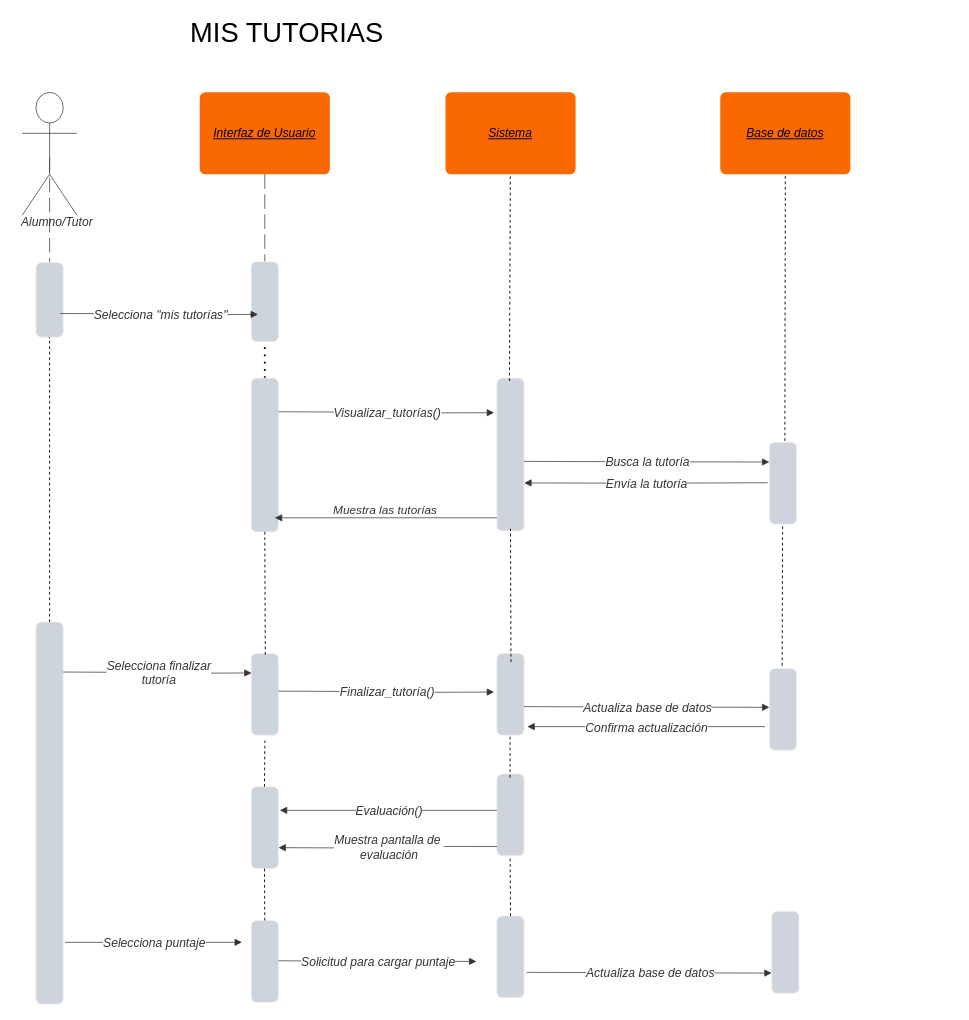
Above: page "mis_tutorias" (7 of 12) of diagrama_secuencia.drawio in TP-SE1/TP_SOS-UC (draw.io), before the change. Source tidied: cells renumbered, new cells numbered last; positions are measured from the earlier drawing's top-left corner, leaving out a move shared by most shapes. Both pictures are drawn from the tidied source at 91%, with x=0, y=0 at pixel (22, 18).
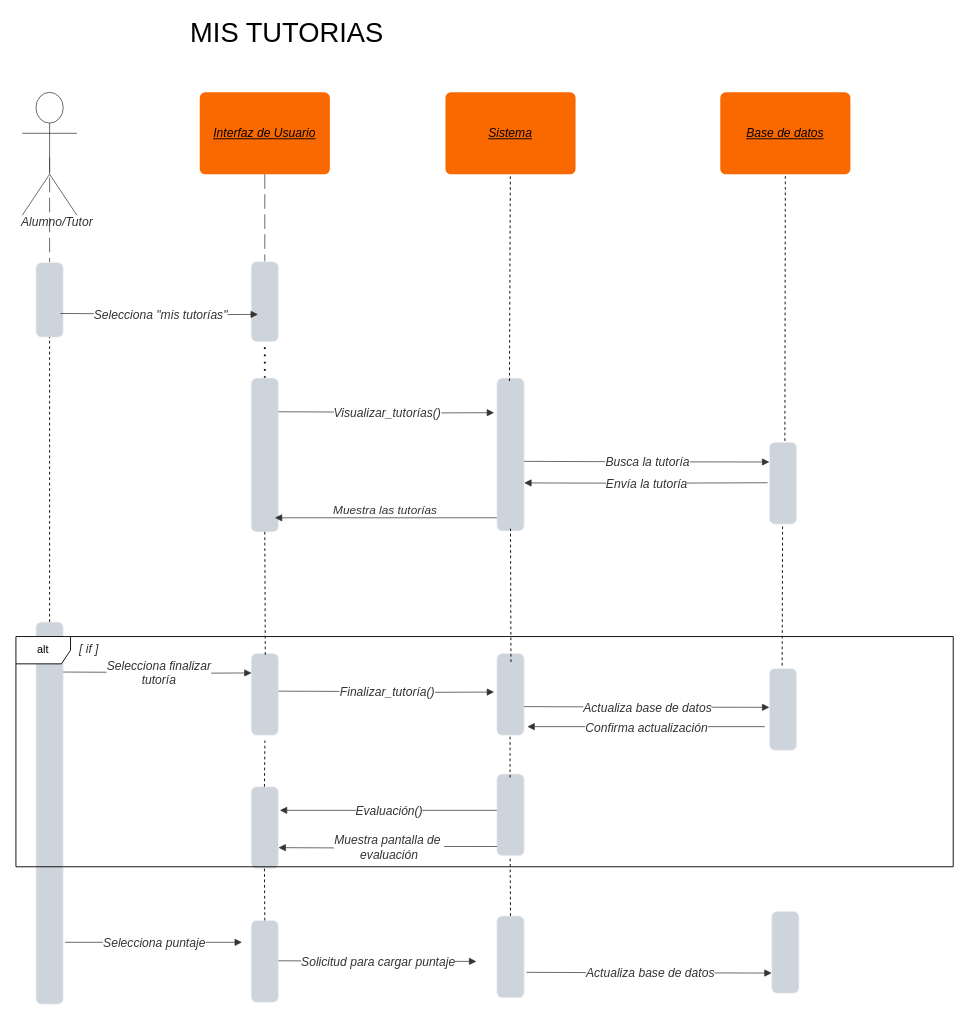
The same page after the edit.

What changed in the source:
```diff
@@
+    <mxCell id="62" value="[ if ]" style="text;html=1;labelBackgroundColor=default;align=center;verticalAlign=middle;fontStyle=2;fontColor=#333333;fontSize=13.3;" parent="1" vertex="1">
+      <mxGeometry x="72" y="692" as="geometry" />
+    </mxCell>
+    <mxCell id="63" value="alt" style="shape=umlFrame;whiteSpace=wrap;html=1;" parent="1" vertex="1">
+      <mxGeometry x="-7" y="679" width="1030" height="253" as="geometry" />
+    </mxCell>
```
